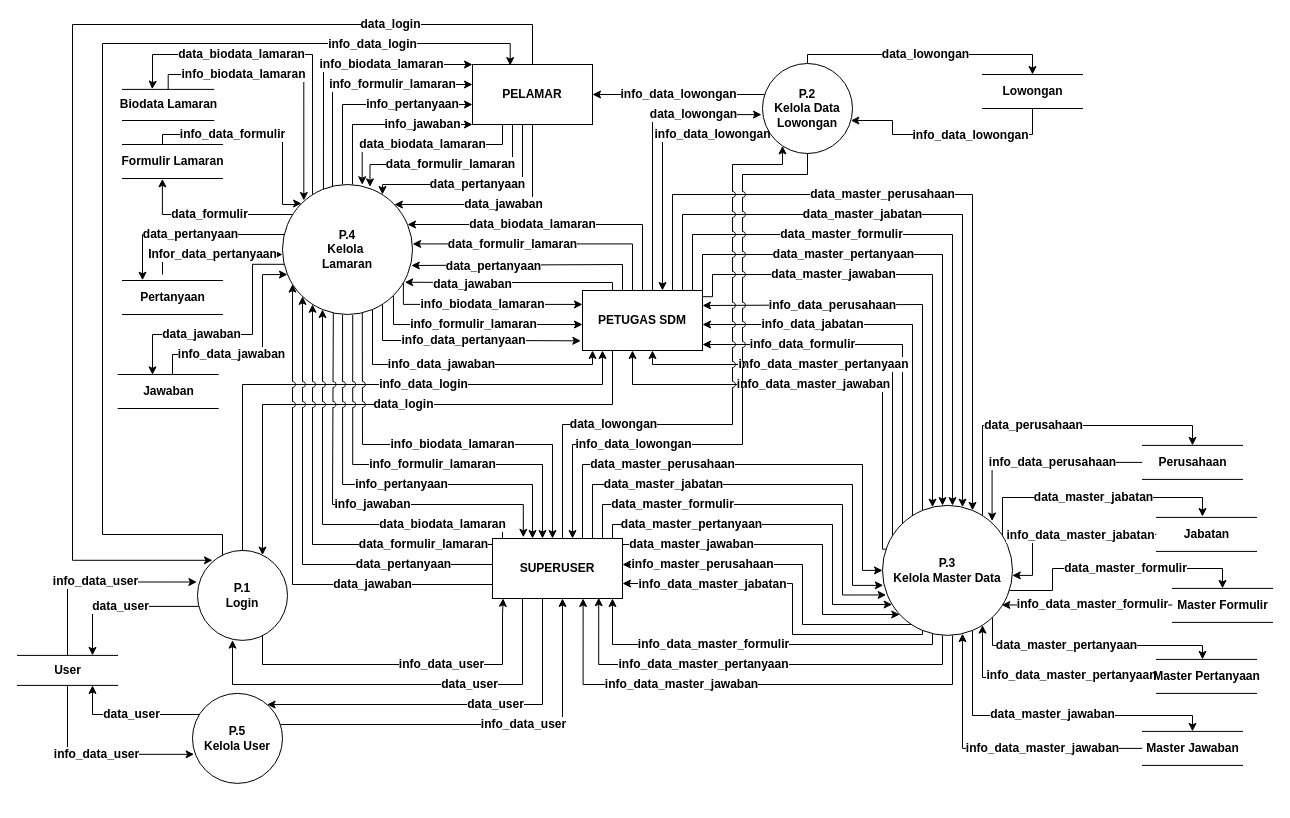
Above: page "DFD 0" (2 of 8) of DFD v2.drawio in keys2505/tugas-akhir (draw.io), before the change. Source tidied: cells renumbered, new cells numbered last; positions are measured from the earlier drawing's top-left corner, leaving out a move shared by most shapes. Both pictures are drawn from the tidied source at 100%, with x=0, y=0 at pixel (17, 24).
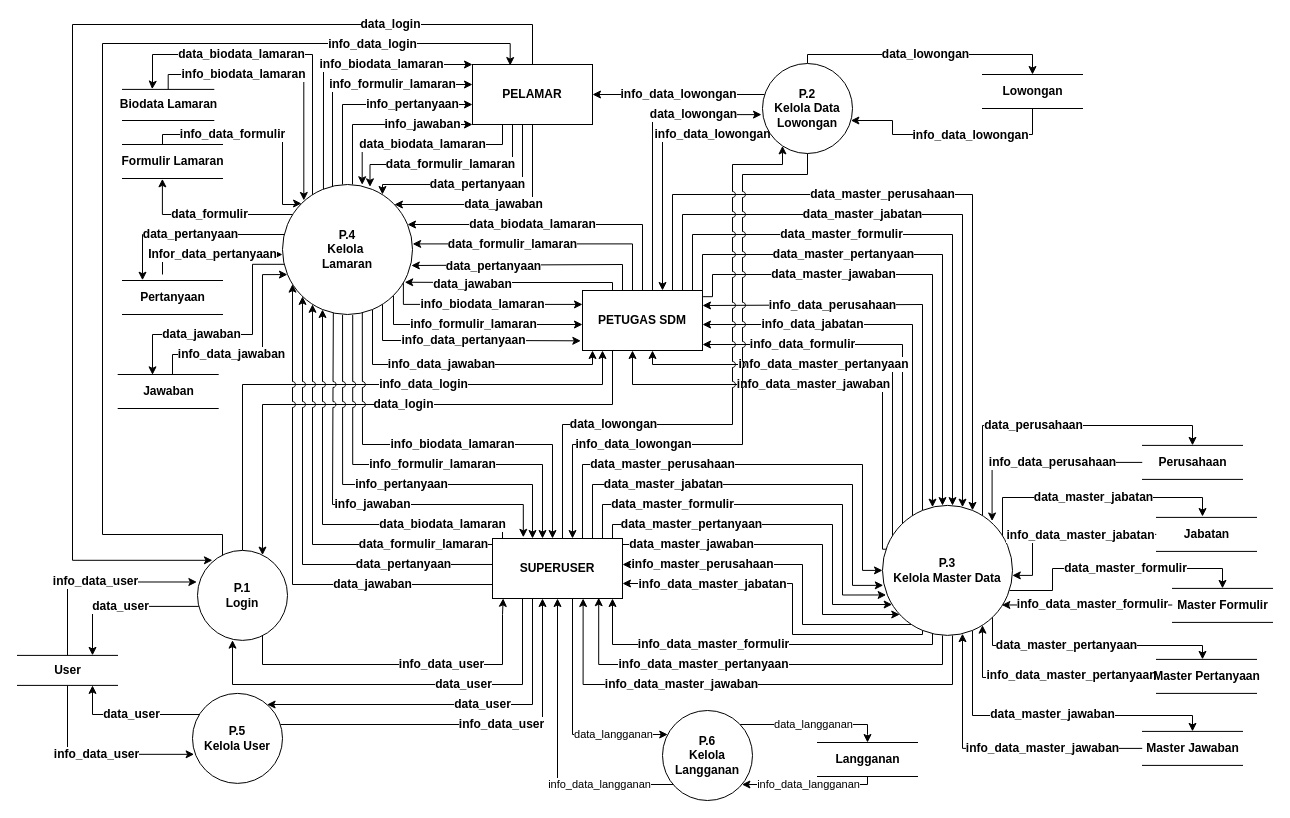
The same diagram, later.

Unchanged cells that the change refers to:
```xml
<mxCell id="6" value="&lt;div style=&quot;font-size: 12px;&quot;&gt;P.1&lt;/div&gt;&lt;div style=&quot;font-size: 12px;&quot;&gt;Login&lt;br style=&quot;font-size: 12px;&quot;&gt;&lt;/div&gt;" style="ellipse;whiteSpace=wrap;html=1;fontStyle=1;fontSize=12;" parent="1" vertex="1">
  <mxGeometry x="180" y="525.9" width="90" height="90" as="geometry" />
</mxCell>
<mxCell id="35" value="SUPERUSER" style="rounded=0;whiteSpace=wrap;html=1;fontStyle=1;fontSize=12;" parent="1" vertex="1">
  <mxGeometry x="475" y="514" width="130" height="60" as="geometry" />
</mxCell>
<mxCell id="81" value="&lt;div style=&quot;font-size: 12px;&quot;&gt;P.5&lt;/div&gt;&lt;div style=&quot;font-size: 12px;&quot;&gt;Kelola User&lt;br style=&quot;font-size: 12px;&quot;&gt;&lt;/div&gt;" style="ellipse;whiteSpace=wrap;html=1;fontStyle=1;fontSize=12;" parent="1" vertex="1">
  <mxGeometry x="175" y="668.9" width="90" height="90" as="geometry" />
</mxCell>
```

The edit, as a diff of the source:
```diff
@@
     <mxCell id="5" value="&lt;span style=&quot;color: rgb(0, 0, 0); font-family: Helvetica; font-size: 12px; font-style: normal; font-variant-ligatures: normal; font-variant-caps: normal; letter-spacing: normal; orphans: 2; text-align: center; text-indent: 0px; text-transform: none; widows: 2; word-spacing: 0px; -webkit-text-stroke-width: 0px; background-color: rgb(255, 255, 255); text-decoration-thickness: initial; text-decoration-style: initial; text-decoration-color: initial; float: none; display: inline !important;&quot;&gt;info_data_user&lt;/span&gt;" style="edgeStyle=orthogonalEdgeStyle;rounded=0;jettySize=auto;html=1;entryX=0.082;entryY=0.998;entryDx=0;entryDy=0;entryPerimeter=0;fontStyle=1;fontSize=12;" parent="1" edge="1" source="6" target="35">
       <mxGeometry x="0.24" relative="1" as="geometry">
         <Array as="points">
           <mxPoint x="245" y="640" />
           <mxPoint x="485" y="640" />
           <mxPoint x="485" y="590" />
-          <mxPoint x="485" y="590" />
+          <mxPoint x="486" y="590" />
         </Array>
       </mxGeometry>
     </mxCell>
@@
     <mxCell id="25" value="info_data_user" style="edgeStyle=orthogonalEdgeStyle;rounded=0;jettySize=auto;html=1;fontStyle=1;fontSize=12;" parent="1" edge="1" source="81" target="35">
-      <mxGeometry x="0.19" relative="1" as="geometry">
+      <mxGeometry x="0.14" relative="1" as="geometry">
         <Array as="points">
-          <mxPoint x="545" y="700" />
+          <mxPoint x="525" y="700" />
         </Array>
       </mxGeometry>
     </mxCell>
     <mxCell id="26" value="&lt;span style=&quot;color: rgb(0, 0, 0); font-family: Helvetica; font-size: 12px; font-style: normal; font-variant-ligatures: normal; font-variant-caps: normal; letter-spacing: normal; orphans: 2; text-align: center; text-indent: 0px; text-transform: none; widows: 2; word-spacing: 0px; -webkit-text-stroke-width: 0px; background-color: rgb(255, 255, 255); text-decoration-thickness: initial; text-decoration-style: initial; text-decoration-color: initial; float: none; display: inline !important;&quot;&gt;data_user&lt;/span&gt;" style="edgeStyle=orthogonalEdgeStyle;rounded=0;jettySize=auto;html=1;entryX=0.389;entryY=0.997;entryDx=0;entryDy=0;entryPerimeter=0;fontStyle=1;fontSize=12;" parent="1" edge="1" source="35" target="6">
-      <mxGeometry x="-0.34" relative="1" as="geometry">
+      <mxGeometry x="-0.31" relative="1" as="geometry">
         <Array as="points">
           <mxPoint x="505" y="660" />
           <mxPoint x="215" y="660" />
         </Array>
       </mxGeometry>
     </mxCell>
@@
+    <mxCell id="102" value="data_langganan" style="edgeStyle=orthogonalEdgeStyle;rounded=0;jettySize=auto;html=1;" parent="1" edge="1" source="35" target="105">
+      <mxGeometry x="0.53" relative="1" as="geometry">
+        <Array as="points">
+          <mxPoint x="555" y="710" />
+        </Array>
+      </mxGeometry>
+    </mxCell>
@@
     <mxCell id="80" value="&lt;span style=&quot;color: rgb(0, 0, 0); font-family: Helvetica; font-size: 12px; font-style: normal; font-variant-ligatures: normal; font-variant-caps: normal; letter-spacing: normal; orphans: 2; text-align: center; text-indent: 0px; text-transform: none; widows: 2; word-spacing: 0px; -webkit-text-stroke-width: 0px; background-color: rgb(255, 255, 255); text-decoration-thickness: initial; text-decoration-style: initial; text-decoration-color: initial; float: none; display: inline !important;&quot;&gt;data_user&lt;/span&gt;" style="edgeStyle=orthogonalEdgeStyle;rounded=0;jettySize=auto;html=1;fontStyle=1;fontSize=12;" parent="1" edge="1" source="35" target="81">
-      <mxGeometry x="-0.2" relative="1" as="geometry">
+      <mxGeometry x="-0.16" relative="1" as="geometry">
         <Array as="points">
-          <mxPoint x="525" y="680" />
+          <mxPoint x="515" y="680" />
         </Array>
       </mxGeometry>
     </mxCell>
@@
+    <mxCell id="103" value="data_langganan" style="edgeStyle=orthogonalEdgeStyle;rounded=0;jettySize=auto;html=1;entryX=0.5;entryY=0;entryDx=0;entryDy=0;" parent="1" edge="1" source="105" target="107">
+      <mxGeometry relative="1" as="geometry">
+        <Array as="points">
+          <mxPoint x="850" y="700" />
+          <mxPoint x="850" y="710" />
+        </Array>
+      </mxGeometry>
+    </mxCell>
+    <mxCell id="104" value="info_data_langganan" style="edgeStyle=orthogonalEdgeStyle;rounded=0;jettySize=auto;html=1;" parent="1" edge="1" source="105" target="35">
+      <mxGeometry x="-0.51" relative="1" as="geometry">
+        <Array as="points">
+          <mxPoint x="540" y="760" />
+        </Array>
+      </mxGeometry>
+    </mxCell>
+    <mxCell id="105" value="&lt;div style=&quot;font-size: 12px;&quot;&gt;P.6&lt;/div&gt;&lt;div style=&quot;font-size: 12px;&quot;&gt;Kelola Langganan&lt;br style=&quot;font-size: 12px;&quot;&gt;&lt;/div&gt;" style="ellipse;whiteSpace=wrap;html=1;fontStyle=1;fontSize=12;" parent="1" vertex="1">
+      <mxGeometry x="645" y="686" width="90" height="90" as="geometry" />
+    </mxCell>
+    <mxCell id="106" value="info_data_langganan" style="edgeStyle=orthogonalEdgeStyle;rounded=0;jettySize=auto;html=1;" parent="1" edge="1" source="107" target="105">
+      <mxGeometry relative="1" as="geometry">
+        <Array as="points">
+          <mxPoint x="850" y="760" />
+        </Array>
+      </mxGeometry>
+    </mxCell>
+    <mxCell id="107" value="Langganan" style="html=1;dashed=0;whitespace=wrap;shape=partialRectangle;right=0;left=0;fontStyle=1;fontSize=12;" parent="1" vertex="1">
+      <mxGeometry x="800" y="718" width="100" height="34" as="geometry" />
+    </mxCell>
```
